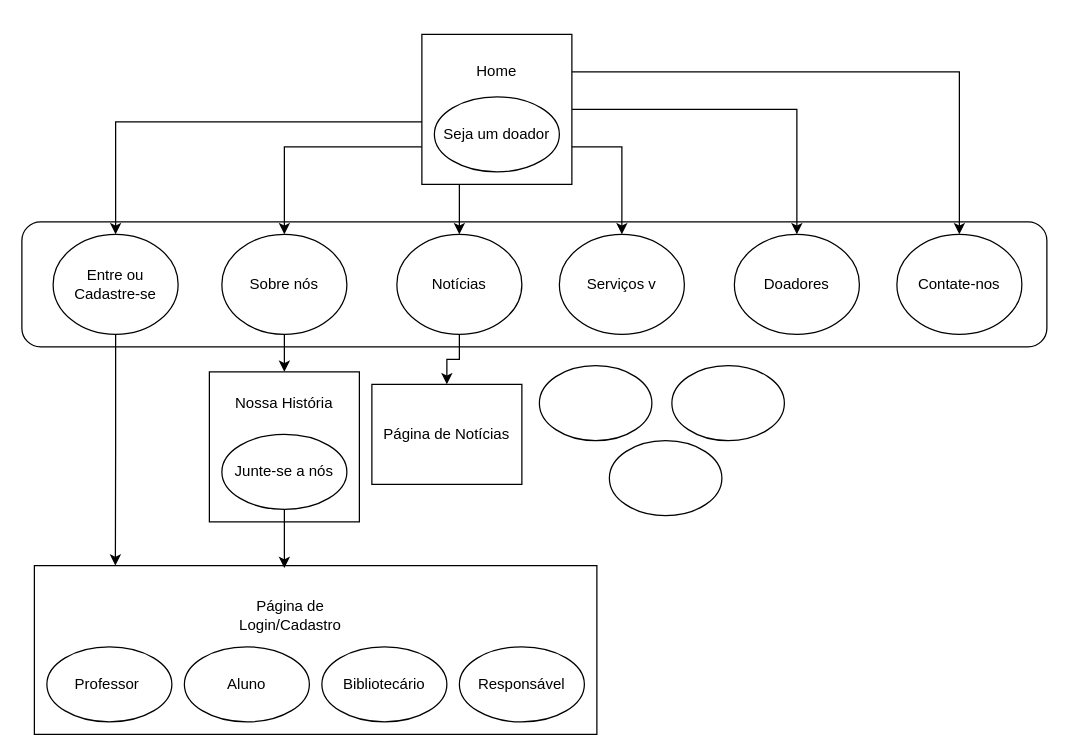
Milena-Aphiner/Projeto-Integrador-I keeps this draw.io diagram as UserflowBiblioteca.drawio. Above is the earlier version. Source tidied: cells renumbered, new cells numbered last; positions are measured from the earlier drawing's top-left corner, leaving out a move shared by most shapes. Both pictures are drawn from the tidied source at 125%, with x=0, y=0 at pixel (21, 34). Pictures stored in the file or linked from it are replaced by grey dashed boxes.
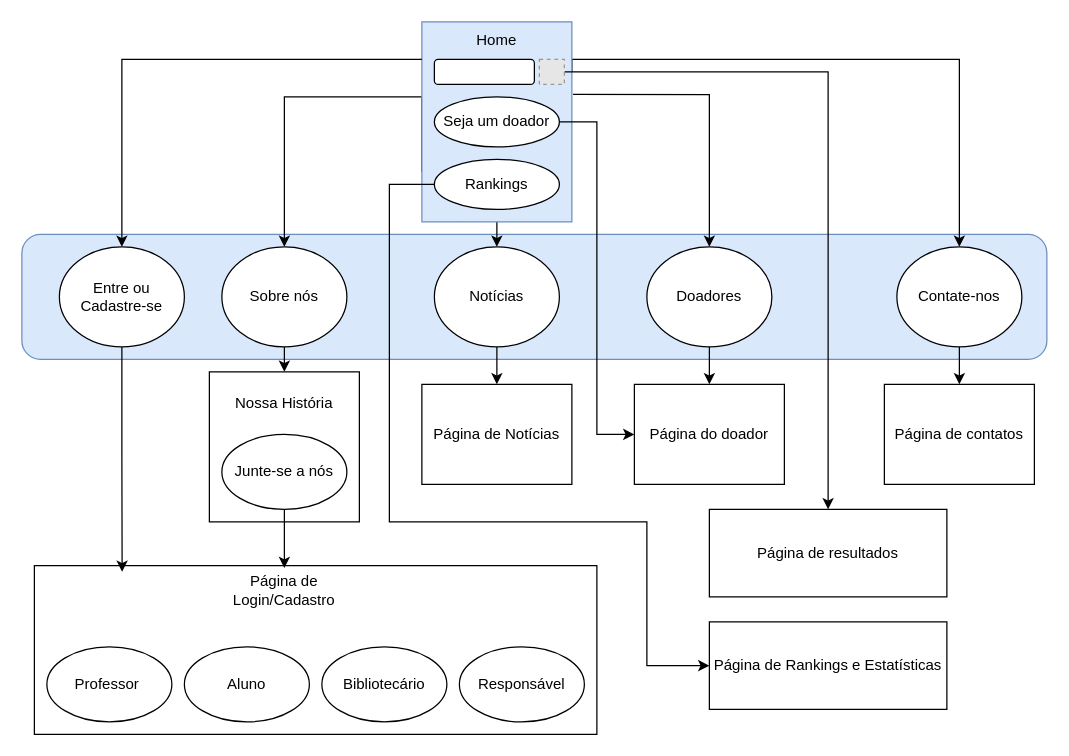
The same page after the edit.

Unchanged cells that the change refers to:
```xml
<mxCell id="10" style="rounded=0;whiteSpace=wrap;html=1;" parent="1" vertex="1">
  <mxGeometry x="10" y="425" width="450" height="135" as="geometry" />
</mxCell>
```

What changed in the source:
```diff
@@
-    <mxCell id="2" style="rounded=1;whiteSpace=wrap;html=1;" parent="1" vertex="1">
-      <mxGeometry y="150" width="820" height="100" as="geometry" />
+    <mxCell id="2" style="rounded=1;whiteSpace=wrap;html=1;fillColor=#dae8fc;strokeColor=#6c8ebf;" parent="1" vertex="1">
+      <mxGeometry y="160" width="820" height="100" as="geometry" />
     </mxCell>
     <mxCell id="3" style="edgeStyle=orthogonalEdgeStyle;rounded=0;jettySize=auto;html=1;exitX=0;exitY=0.75;exitDx=0;exitDy=0;" parent="1" edge="1" source="8" target="15">
-      <mxGeometry relative="1" as="geometry" />
+      <mxGeometry relative="1" as="geometry">
+        <Array as="points">
+          <mxPoint x="320" y="50" />
+          <mxPoint x="210" y="50" />
+        </Array>
+      </mxGeometry>
     </mxCell>
     <mxCell id="4" style="edgeStyle=orthogonalEdgeStyle;rounded=0;jettySize=auto;html=1;exitX=0.25;exitY=1;exitDx=0;exitDy=0;" parent="1" edge="1" source="8" target="13">
-      <mxGeometry relative="1" as="geometry" />
+      <mxGeometry relative="1" as="geometry">
+        <Array as="points">
+          <mxPoint x="380" y="120" />
+        </Array>
+      </mxGeometry>
     </mxCell>
-    <mxCell id="5" style="edgeStyle=orthogonalEdgeStyle;rounded=0;jettySize=auto;html=1;exitX=1;exitY=0.75;exitDx=0;exitDy=0;" parent="1" edge="1" source="8" target="18">
-      <mxGeometry relative="1" as="geometry" />
-    </mxCell>
     <mxCell id="6" style="edgeStyle=orthogonalEdgeStyle;rounded=0;jettySize=auto;html=1;exitX=1;exitY=0.25;exitDx=0;exitDy=0;" parent="1" edge="1" source="8" target="20">
-      <mxGeometry relative="1" as="geometry" />
+      <mxGeometry relative="1" as="geometry">
+        <Array as="points">
+          <mxPoint x="440" y="20" />
+          <mxPoint x="750" y="20" />
+        </Array>
+      </mxGeometry>
     </mxCell>
-    <mxCell id="7" style="edgeStyle=orthogonalEdgeStyle;rounded=0;jettySize=auto;html=1;exitX=1;exitY=0.5;exitDx=0;exitDy=0;entryX=0.5;entryY=0;entryDx=0;entryDy=0;" parent="1" edge="1" source="8" target="19">
+    <mxCell id="7" style="edgeStyle=orthogonalEdgeStyle;rounded=0;jettySize=auto;html=1;exitX=1.008;exitY=0.363;exitDx=0;exitDy=0;entryX=0.5;entryY=0;entryDx=0;entryDy=0;exitPerimeter=0;" parent="1" edge="1" source="8" target="19">
       <mxGeometry relative="1" as="geometry" />
     </mxCell>
-    <mxCell id="8" style="rounded=0;whiteSpace=wrap;html=1;" parent="1" vertex="1">
-      <mxGeometry x="320" width="120" height="120" as="geometry" />
+    <mxCell id="8" style="rounded=0;whiteSpace=wrap;html=1;fillColor=#dae8fc;strokeColor=#6c8ebf;" parent="1" vertex="1">
+      <mxGeometry x="320" y="-10" width="120" height="160" as="geometry" />
     </mxCell>
     <mxCell id="9" value="Home" style="text;html=1;align=center;verticalAlign=middle;whiteSpace=wrap;rounded=0;" parent="1" vertex="1">
-      <mxGeometry x="350" y="15" width="60" height="30" as="geometry" />
+      <mxGeometry x="350" y="-10" width="60" height="30" as="geometry" />
     </mxCell>
@@
     <mxCell id="11" value="Entre ou Cadastre-se" style="ellipse;whiteSpace=wrap;html=1;" parent="1" vertex="1">
-      <mxGeometry x="25" y="160" width="100" height="80" as="geometry" />
+      <mxGeometry x="30" y="170" width="100" height="80" as="geometry" />
     </mxCell>
@@
     <mxCell id="13" value="Notícias" style="ellipse;whiteSpace=wrap;html=1;" parent="1" vertex="1">
-      <mxGeometry x="300" y="160" width="100" height="80" as="geometry" />
+      <mxGeometry x="330" y="170" width="100" height="80" as="geometry" />
     </mxCell>
@@
     <mxCell id="15" value="Sobre nós" style="ellipse;whiteSpace=wrap;html=1;" parent="1" vertex="1">
-      <mxGeometry x="160" y="160" width="100" height="80" as="geometry" />
+      <mxGeometry x="160" y="170" width="100" height="80" as="geometry" />
     </mxCell>
@@
+    <mxCell id="36" style="edgeStyle=orthogonalEdgeStyle;rounded=0;jettySize=auto;html=1;exitX=1;exitY=0.5;exitDx=0;exitDy=0;entryX=0;entryY=0.5;entryDx=0;entryDy=0;" parent="1" edge="1" source="17" target="39">
+      <mxGeometry relative="1" as="geometry" />
+    </mxCell>
     <mxCell id="17" value="Seja um doador" style="ellipse;whiteSpace=wrap;html=1;" parent="1" vertex="1">
-      <mxGeometry x="330" y="50" width="100" height="60" as="geometry" />
+      <mxGeometry x="330" y="50" width="100" height="40" as="geometry" />
     </mxCell>
-    <mxCell id="18" value="Serviços v" style="ellipse;whiteSpace=wrap;html=1;" parent="1" vertex="1">
-      <mxGeometry x="430" y="160" width="100" height="80" as="geometry" />
-    </mxCell>
+    <mxCell id="37" style="edgeStyle=orthogonalEdgeStyle;rounded=0;jettySize=auto;html=1;exitX=0.5;exitY=1;exitDx=0;exitDy=0;entryX=0.5;entryY=0;entryDx=0;entryDy=0;" parent="1" edge="1" source="19" target="39">
+      <mxGeometry relative="1" as="geometry" />
+    </mxCell>
     <mxCell id="19" value="Doadores" style="ellipse;whiteSpace=wrap;html=1;" parent="1" vertex="1">
-      <mxGeometry x="570" y="160" width="100" height="80" as="geometry" />
+      <mxGeometry x="500" y="170" width="100" height="80" as="geometry" />
     </mxCell>
+    <mxCell id="38" style="edgeStyle=orthogonalEdgeStyle;rounded=0;jettySize=auto;html=1;exitX=0.5;exitY=1;exitDx=0;exitDy=0;" parent="1" edge="1" source="20" target="40">
+      <mxGeometry relative="1" as="geometry" />
+    </mxCell>
     <mxCell id="20" value="Contate-nos" style="ellipse;whiteSpace=wrap;html=1;" parent="1" vertex="1">
-      <mxGeometry x="700" y="160" width="100" height="80" as="geometry" />
+      <mxGeometry x="700" y="170" width="100" height="80" as="geometry" />
     </mxCell>
     <mxCell id="21" style="endArrow=classic;html=1;rounded=0;entryX=0.5;entryY=0;entryDx=0;entryDy=0;" parent="1" edge="1" target="11">
       <mxGeometry relative="1" as="geometry">
-        <mxPoint x="320" y="70" as="sourcePoint" />
+        <mxPoint x="320" y="20" as="sourcePoint" />
         <Array as="points">
-          <mxPoint x="310" y="70" />
-          <mxPoint x="280" y="70" />
-          <mxPoint x="75" y="70" />
+          <mxPoint x="310" y="20" />
+          <mxPoint x="300" y="20" />
+          <mxPoint x="280" y="20" />
+          <mxPoint x="80" y="20" />
         </Array>
       </mxGeometry>
     </mxCell>
@@
-    <mxCell id="29" style="edgeStyle=orthogonalEdgeStyle;rounded=0;jettySize=auto;html=1;exitX=0.5;exitY=1;exitDx=0;exitDy=0;entryX=0.144;entryY=0;entryDx=0;entryDy=0;entryPerimeter=0;" parent="1" edge="1" source="11" target="10">
-      <mxGeometry relative="1" as="geometry" />
-    </mxCell>
@@
     <mxCell id="31" value="Página de Login/Cadastro" style="text;html=1;align=center;verticalAlign=middle;whiteSpace=wrap;rounded=0;" parent="1" vertex="1">
-      <mxGeometry x="165" y="450" width="100" height="30" as="geometry" />
+      <mxGeometry x="160" y="430" width="100" height="30" as="geometry" />
     </mxCell>
     <mxCell id="32" value="Página de Notícias" style="rounded=0;whiteSpace=wrap;html=1;" parent="1" vertex="1">
-      <mxGeometry x="280" y="280" width="120" height="80" as="geometry" />
+      <mxGeometry x="320" y="280" width="120" height="80" as="geometry" />
     </mxCell>
-    <mxCell id="33" style="ellipse;whiteSpace=wrap;html=1;" parent="1" vertex="1">
-      <mxGeometry x="414" y="265" width="90" height="60" as="geometry" />
-    </mxCell>
-    <mxCell id="34" style="ellipse;whiteSpace=wrap;html=1;" parent="1" vertex="1">
-      <mxGeometry x="520" y="265" width="90" height="60" as="geometry" />
-    </mxCell>
-    <mxCell id="35" style="ellipse;whiteSpace=wrap;html=1;" parent="1" vertex="1">
-      <mxGeometry x="470" y="325" width="90" height="60" as="geometry" />
-    </mxCell>
+    <mxCell id="39" value="Página do doador" style="rounded=0;whiteSpace=wrap;html=1;" parent="1" vertex="1">
+      <mxGeometry x="490" y="280" width="120" height="80" as="geometry" />
+    </mxCell>
+    <mxCell id="40" value="Página de contatos" style="rounded=0;whiteSpace=wrap;html=1;" parent="1" vertex="1">
+      <mxGeometry x="690" y="280" width="120" height="80" as="geometry" />
+    </mxCell>
+    <mxCell id="41" style="rounded=1;whiteSpace=wrap;html=1;" parent="1" vertex="1">
+      <mxGeometry x="330" y="20" width="80" height="20" as="geometry" />
+    </mxCell>
+    <mxCell id="42" style="edgeStyle=orthogonalEdgeStyle;rounded=0;jettySize=auto;html=1;exitX=1;exitY=0.5;exitDx=0;exitDy=0;entryX=0.5;entryY=0;entryDx=0;entryDy=0;" parent="1" edge="1" source="43" target="44">
+      <mxGeometry relative="1" as="geometry" />
+    </mxCell>
+    <mxCell id="43" style="fillColor=#E6E6E6;strokeColor=#999999;dashed=1;verticalLabelPosition=bottom;verticalAlign=top;" parent="1" vertex="1">
+      <mxGeometry x="414" y="20" width="20" height="20" as="geometry" />
+    </mxCell>
+    <mxCell id="44" value="Página de resultados" style="rounded=0;whiteSpace=wrap;html=1;" parent="1" vertex="1">
+      <mxGeometry x="550" y="380" width="190" height="70" as="geometry" />
+    </mxCell>
+    <mxCell id="45" style="edgeStyle=orthogonalEdgeStyle;rounded=0;jettySize=auto;html=1;exitX=0;exitY=0.5;exitDx=0;exitDy=0;entryX=0;entryY=0.5;entryDx=0;entryDy=0;" parent="1" edge="1" source="46" target="47">
+      <mxGeometry relative="1" as="geometry">
+        <Array as="points">
+          <mxPoint x="294" y="120" />
+          <mxPoint x="294" y="390" />
+          <mxPoint x="500" y="390" />
+          <mxPoint x="500" y="505" />
+        </Array>
+      </mxGeometry>
+    </mxCell>
+    <mxCell id="46" value="Rankings" style="ellipse;whiteSpace=wrap;html=1;" parent="1" vertex="1">
+      <mxGeometry x="330" y="100" width="100" height="40" as="geometry" />
+    </mxCell>
+    <mxCell id="29" style="edgeStyle=orthogonalEdgeStyle;rounded=0;jettySize=auto;html=1;exitX=0.5;exitY=1;exitDx=0;exitDy=0;entryX=0.156;entryY=0.037;entryDx=0;entryDy=0;entryPerimeter=0;" parent="1" edge="1" source="11" target="10">
+      <mxGeometry relative="1" as="geometry" />
+    </mxCell>
+    <mxCell id="47" value="Página de Rankings e Estatísticas" style="rounded=0;whiteSpace=wrap;html=1;" parent="1" vertex="1">
+      <mxGeometry x="550" y="470" width="190" height="70" as="geometry" />
+    </mxCell>
```
